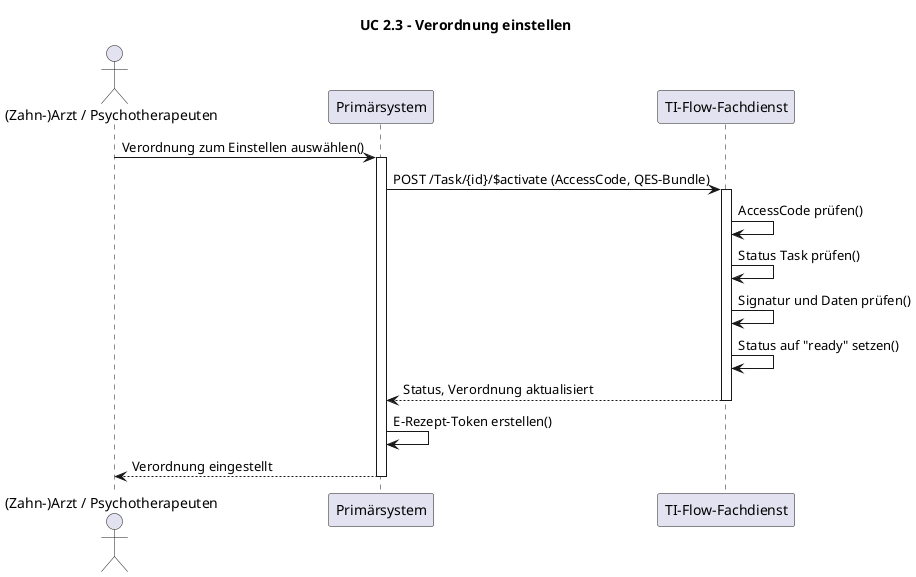
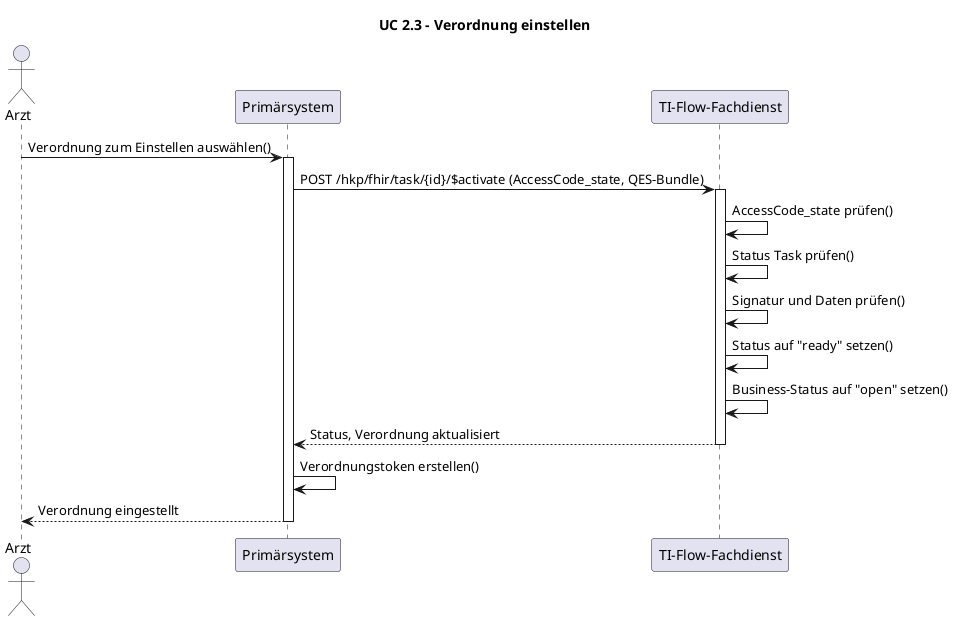
@startuml
title UC 2.3 - Verordnung einstellen

- actor "(Zahn-)Arzt / Psychotherapeuten" as Arzt
+ actor "Arzt" as Arzt
participant "Primärsystem" as PS
participant "TI-Flow-Fachdienst" as FD

Arzt -> PS: Verordnung zum Einstellen auswählen()
activate PS

- PS -> FD: POST /Task/{id}/$activate (AccessCode, QES-Bundle)
+ PS -> FD: POST /hkp/fhir/task/{id}/$activate (AccessCode_state, QES-Bundle)
activate FD
- FD -> FD: AccessCode prüfen()
+ FD -> FD: AccessCode_state prüfen()
FD -> FD: Status Task prüfen()
FD -> FD: Signatur und Daten prüfen()
FD -> FD: Status auf "ready" setzen()
+ FD -> FD: Business-Status auf "open" setzen()
FD --> PS: Status, Verordnung aktualisiert
deactivate FD

- PS -> PS: E-Rezept-Token erstellen()
+ PS -> PS: Verordnungstoken erstellen()
PS --> Arzt: Verordnung eingestellt
deactivate PS

- @enduml
+ @enduml